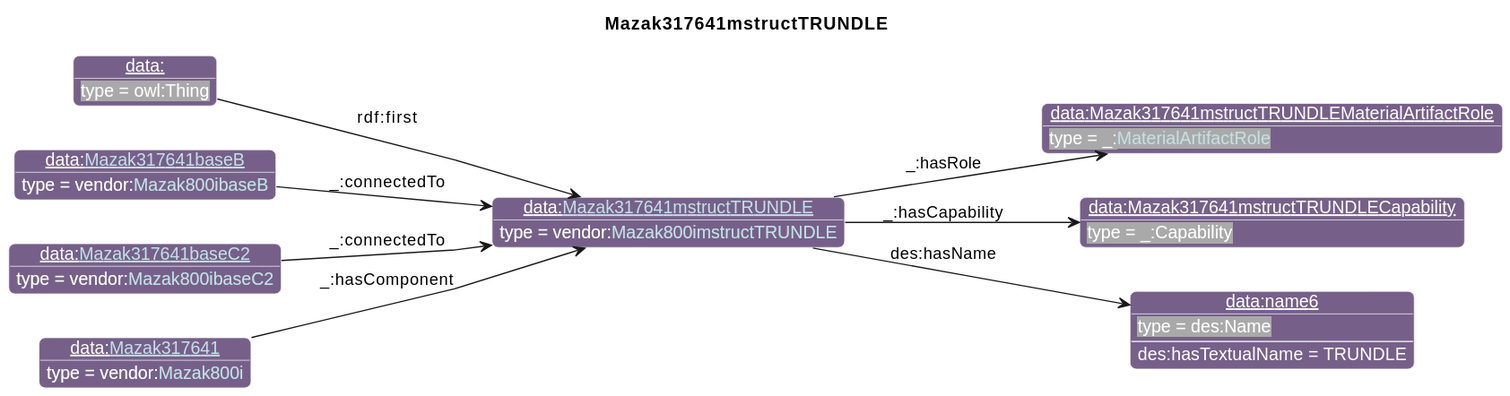
The PlantUML diagram diagrams/Mazak317641mstructTRUNDLE.svg in iofoundry/example-syseng-mtconnect, before a commit.
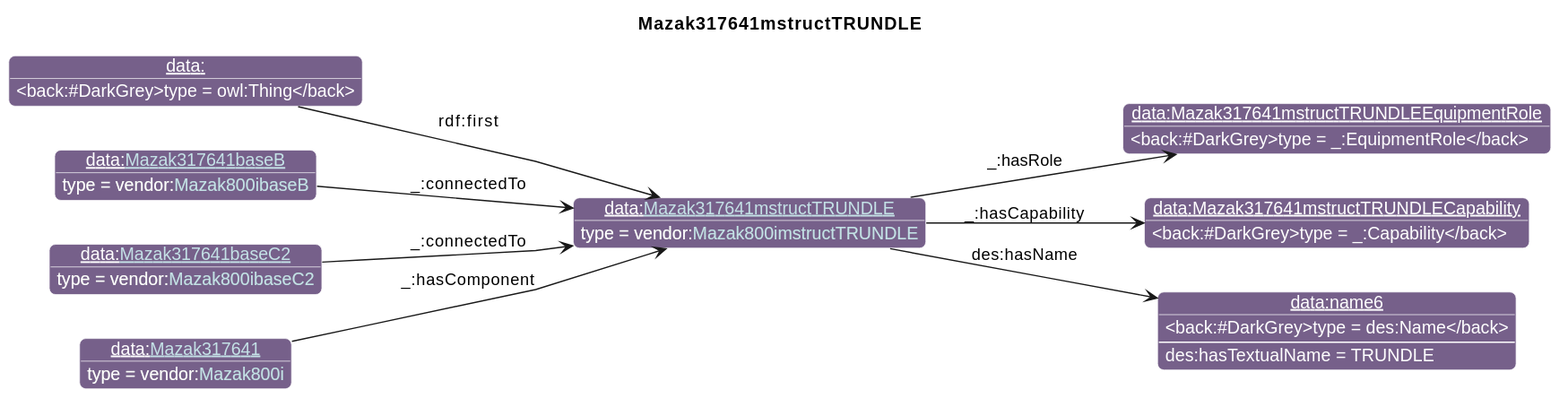
After the change.

Diff of the diagram source:
```diff
@@ -26,7 +26,7 @@
                       "qp":"641B2E"
       }
 individual(o0, data:[[./Mazak317641mstructTRUNDLE.html Mazak317641mstructTRUNDLE]], vendor:[[../Mazak.html#Mazak800imstructTRUNDLE Mazak800imstructTRUNDLE]])
-individual(o1, data:Mazak317641mstructTRUNDLEMaterialArtifactRole, _:[[../MTConnect.html#MaterialArtifactRole MaterialArtifactRole]])
+individual(o1, data:Mazak317641mstructTRUNDLEEquipmentRole, _:EquipmentRole)
 individual(o2, data:Mazak317641mstructTRUNDLECapability, _:Capability)
 individual(o3, data:name6, des:Name)
 individual(o4, data:, owl:Thing)
```
